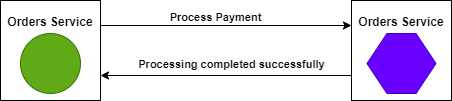
Before: Command flow.drawio.png, a diagram exported from draw.io (smitbmx/Architecture-Diagrams). Source tidied: cells renumbered, new cells last; positions are measured from the earlier drawing's top-left corner, leaving out a move shared by most shapes.
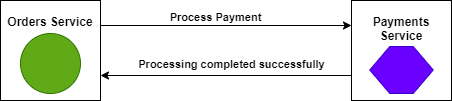
The same file after the commit.

Diff of the diagram source:
```diff
@@ -8,11 +8,11 @@
     <mxCell id="3" style="ellipse;whiteSpace=wrap;html=1;fillColor=#60a917;strokeColor=#2D7600;fontColor=#ffffff;" parent="1" vertex="1">
       <mxGeometry x="20" y="33" width="60" height="60" as="geometry" />
     </mxCell>
-    <mxCell id="4" value="Orders Service&lt;br&gt;&lt;br&gt;&lt;br&gt;&lt;br&gt;&lt;br&gt;" style="whiteSpace=wrap;html=1;fontStyle=1;" parent="1" vertex="1">
+    <mxCell id="4" value="Payments Service&lt;br&gt;&lt;br&gt;&lt;br&gt;&lt;br&gt;" style="whiteSpace=wrap;html=1;fontStyle=1;" parent="1" vertex="1">
       <mxGeometry x="351" width="100" height="100" as="geometry" />
     </mxCell>
     <mxCell id="5" style="shape=hexagon;perimeter=hexagonPerimeter2;whiteSpace=wrap;html=1;fixedSize=1;fillColor=#6a00ff;fontColor=#ffffff;strokeColor=#3700CC;" parent="1" vertex="1">
-      <mxGeometry x="366.5" y="33" width="69" height="60" as="geometry" />
+      <mxGeometry x="369.2" y="46" width="63.5" height="47" as="geometry" />
     </mxCell>
     <mxCell id="6" style="endArrow=classic;html=1;rounded=0;exitX=1;exitY=0.25;exitDx=0;exitDy=0;entryX=0;entryY=0.25;entryDx=0;entryDy=0;" parent="1" edge="1" source="2" target="4">
       <mxGeometry relative="1" as="geometry" />
```
